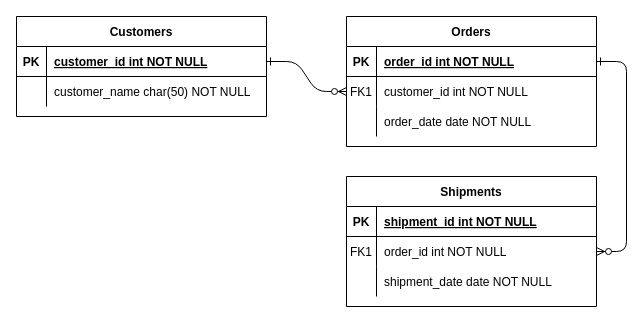
Above: Untitled Diagram.drawio in AkhileshThykkat/SQMS (draw.io), before the change. Source tidied: cells renumbered, new cells numbered last; positions are measured from the earlier drawing's top-left corner, leaving out a move shared by most shapes. Both pictures are drawn from the tidied source at 100%, with x=0, y=0 at pixel (16, 16).
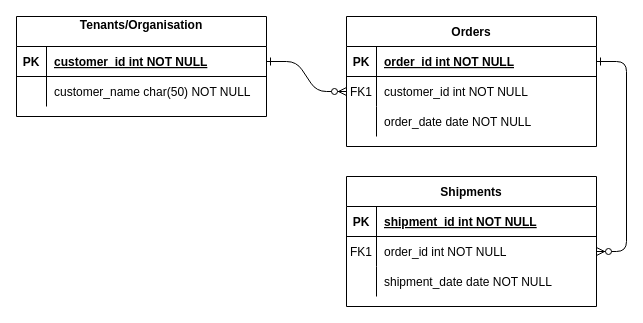
The same page after the edit.

The edit, as a diff of the source:
```diff
@@
-    <mxCell id="24" value="Customers" style="shape=table;startSize=30;childLayout=tableLayout;rowLines=0;fontStyle=1;align=center;" parent="1" vertex="1">
+    <mxCell id="24" value="Tenants/Organisation&#10;" style="shape=table;startSize=30;childLayout=tableLayout;rowLines=0;fontStyle=1;align=center;" parent="1" vertex="1">
       <mxGeometry width="250" height="100" as="geometry" />
     </mxCell>
```
